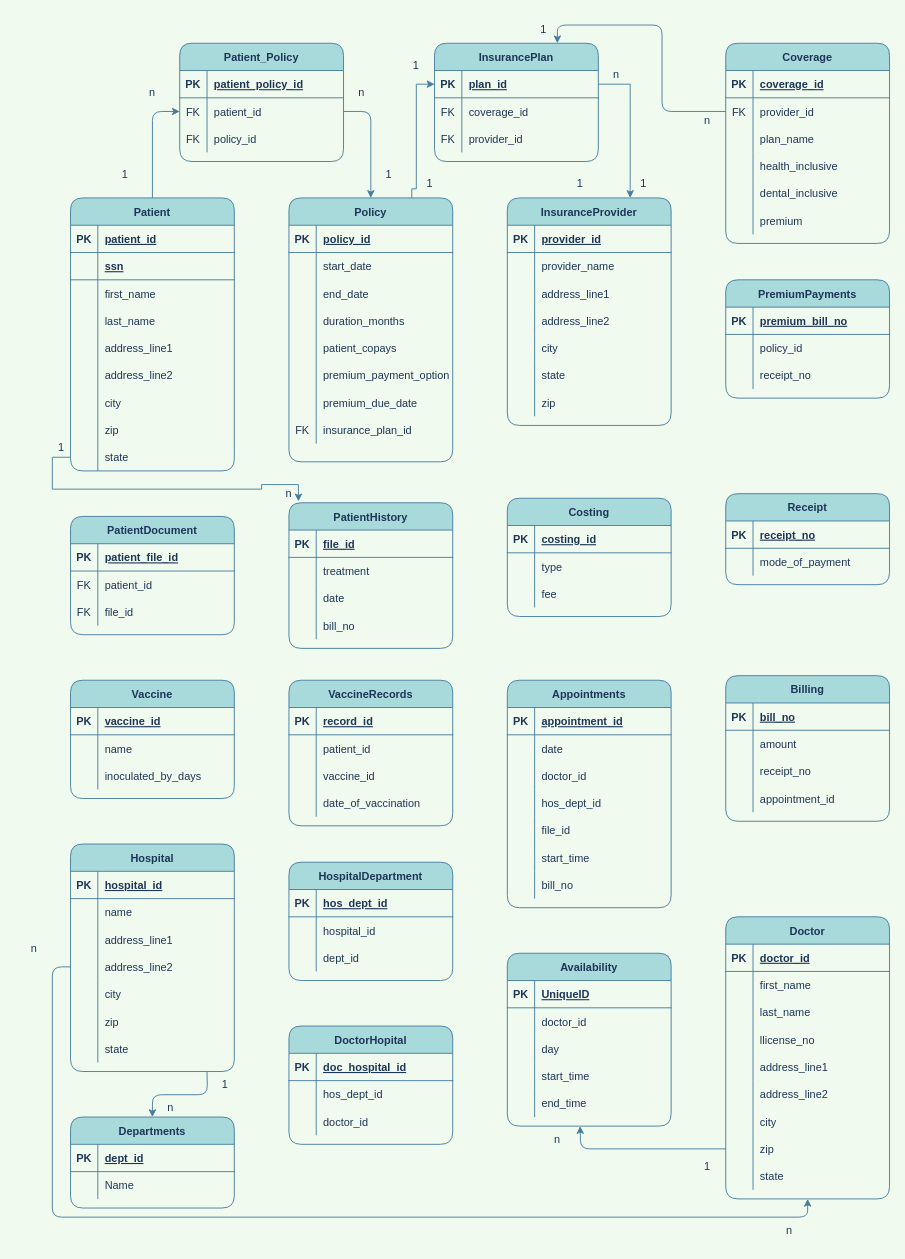
The draw.io diagram Untitled Diagram.drawio in pranotidhabu/java-practice, before the edit. Source tidied: cells renumbered, new cells numbered last; positions are measured from the earlier drawing's top-left corner, leaving out a move shared by most shapes. Both pictures are drawn from the tidied source at 91%, with x=0, y=0 at pixel (15, 15).
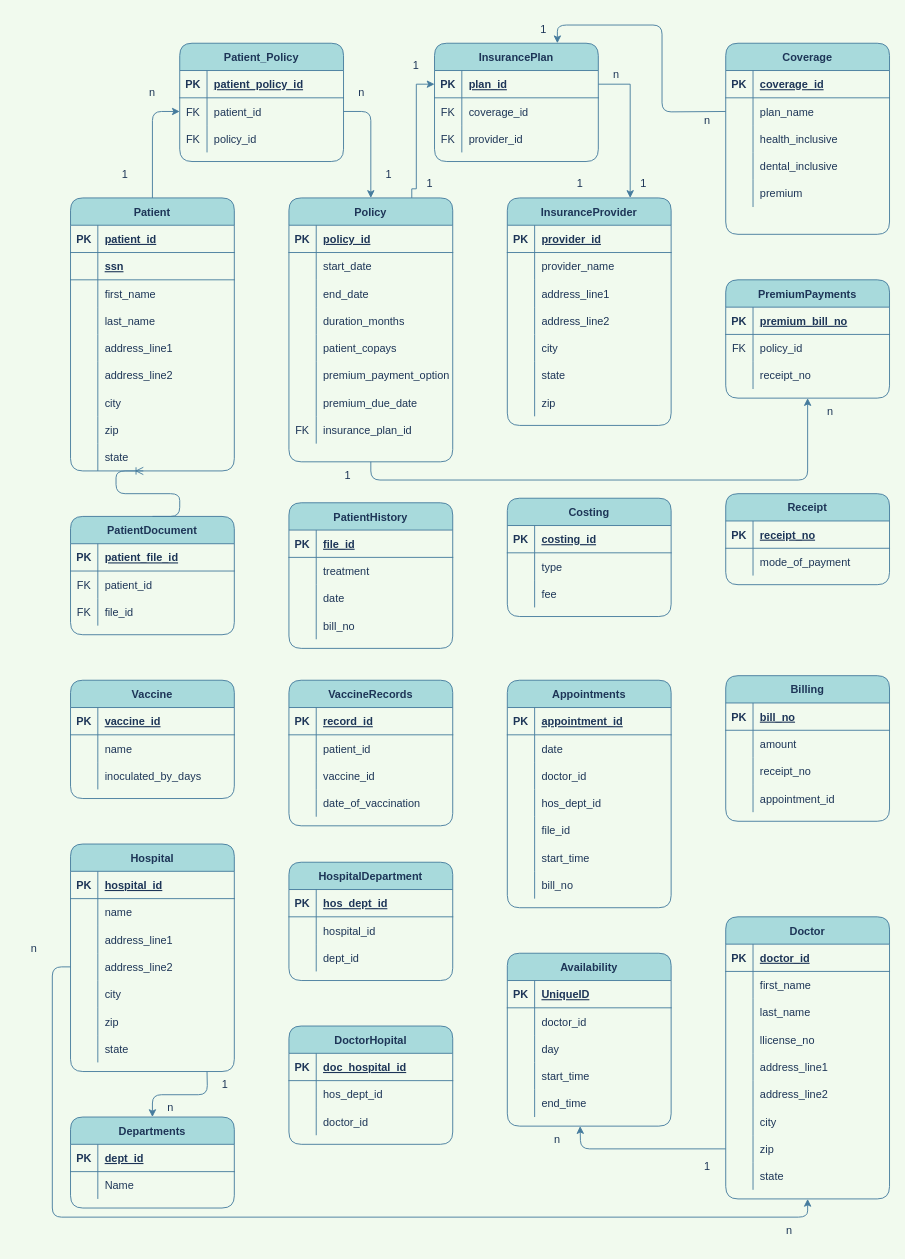
After the change.

The change refers to these unchanged cells:
```xml
<mxCell id="28" style="shape=tableRow;horizontal=0;startSize=0;swimlaneHead=0;swimlaneBody=0;fillColor=none;points=[[0,0.5],[1,0.5]];portConstraint=eastwest;top=0;left=0;right=0;bottom=0;strokeColor=#457B9D;fontColor=#1D3557;rounded=1;" parent="3" vertex="1">
  <mxGeometry y="270" width="180" height="30" as="geometry" />
</mxCell>
<mxCell id="41" value="Policy" style="shape=table;startSize=30;childLayout=tableLayout;rowLines=0;fontStyle=1;align=center;rounded=1;fontColor=#1D3557;strokeColor=#457B9D;fillColor=#A8DADC;" parent="1" vertex="1">
  <mxGeometry x="300" y="200" width="180" height="290" as="geometry" />
</mxCell>
<mxCell id="66" value="InsurancePlan" style="shape=table;startSize=30;childLayout=tableLayout;rowLines=0;fontStyle=1;align=center;rounded=1;fontColor=#1D3557;strokeColor=#457B9D;fillColor=#A8DADC;" parent="1" vertex="1">
  <mxGeometry x="460" y="30" width="180" height="130" as="geometry" />
</mxCell>
<mxCell id="118" value="PremiumPayments" style="shape=table;startSize=30;childLayout=tableLayout;rowLines=0;fontStyle=1;align=center;fillColor=#A8DADC;strokeColor=#457B9D;fontColor=#1D3557;rounded=1;" parent="1" vertex="1">
  <mxGeometry x="780" y="290" width="180" height="130" as="geometry" />
</mxCell>
<mxCell id="122" style="shape=tableRow;horizontal=0;startSize=0;swimlaneHead=0;swimlaneBody=0;fillColor=none;top=0;left=0;right=0;bottom=0;strokeColor=#457B9D;fontColor=#1D3557;" parent="118" vertex="1">
  <mxGeometry y="60" width="180" height="30" as="geometry" />
</mxCell>
<mxCell id="128" value="PatientDocument" style="shape=table;startSize=30;childLayout=tableLayout;rowLines=0;fontStyle=1;align=center;fillColor=#A8DADC;strokeColor=#457B9D;fontColor=#1D3557;rounded=1;" parent="1" vertex="1">
  <mxGeometry x="60" y="550" width="180" height="130" as="geometry" />
</mxCell>
<mxCell id="161" value="PatientHistory" style="shape=table;startSize=30;childLayout=tableLayout;rowLines=0;fontStyle=1;align=center;rounded=1;fontFamily=Helvetica;fontSize=12;fontColor=#1D3557;strokeColor=#457B9D;fillColor=#A8DADC;" parent="1" vertex="1">
  <mxGeometry x="300" y="535" width="180" height="160" as="geometry" />
</mxCell>
```

The edit, as a diff of the source:
```diff
@@
+    <mxCell id="346" style="edgeStyle=orthogonalEdgeStyle;curved=0;rounded=1;jettySize=auto;html=1;exitX=0.5;exitY=1;exitDx=0;exitDy=0;entryX=0.5;entryY=1;entryDx=0;entryDy=0;fontColor=#1D3557;strokeColor=#457B9D;fillColor=#A8DADC;" parent="1" edge="1" source="41" target="118">
+      <mxGeometry relative="1" as="geometry" />
+    </mxCell>
@@
     <mxCell id="76" value="Coverage" style="shape=table;startSize=30;childLayout=tableLayout;rowLines=0;fontStyle=1;align=center;rounded=1;fontColor=#1D3557;strokeColor=#457B9D;fillColor=#A8DADC;" parent="1" vertex="1">
-      <mxGeometry x="780" y="30" width="180" height="220" as="geometry" />
+      <mxGeometry x="780" y="30" width="180" height="210" as="geometry" />
     </mxCell>
@@
-    <mxCell id="80" style="shape=tableRow;horizontal=0;startSize=0;swimlaneHead=0;swimlaneBody=0;fillColor=none;points=[[0,0.5],[1,0.5]];portConstraint=eastwest;top=0;left=0;right=0;bottom=0;rounded=1;fontColor=#1D3557;strokeColor=#457B9D;" parent="76" vertex="1">
-      <mxGeometry y="60" width="180" height="30" as="geometry" />
-    </mxCell>
-    <mxCell id="81" value="FK" style="shape=partialRectangle;fillColor=none;top=0;left=0;bottom=0;right=0;overflow=hidden;rounded=1;fontColor=#1D3557;strokeColor=#457B9D;" parent="80" vertex="1">
-      <mxGeometry width="30" height="30" as="geometry" />
-    </mxCell>
-    <mxCell id="82" value="provider_id" style="shape=partialRectangle;fillColor=none;top=0;left=0;bottom=0;right=0;align=left;spacingLeft=6;overflow=hidden;rounded=1;fontColor=#1D3557;strokeColor=#457B9D;" parent="80" vertex="1">
-      <mxGeometry x="30" width="150" height="30" as="geometry" />
-    </mxCell>
     <mxCell id="83" style="shape=tableRow;horizontal=0;startSize=0;swimlaneHead=0;swimlaneBody=0;fillColor=none;top=0;left=0;right=0;bottom=0;rounded=1;fontColor=#1D3557;strokeColor=#457B9D;" parent="76" vertex="1">
-      <mxGeometry y="90" width="180" height="30" as="geometry" />
+      <mxGeometry y="60" width="180" height="30" as="geometry" />
     </mxCell>
@@
     <mxCell id="86" style="shape=tableRow;horizontal=0;startSize=0;swimlaneHead=0;swimlaneBody=0;fillColor=none;top=0;left=0;right=0;bottom=0;rounded=1;fontColor=#1D3557;strokeColor=#457B9D;" parent="76" vertex="1">
-      <mxGeometry y="120" width="180" height="30" as="geometry" />
+      <mxGeometry y="90" width="180" height="30" as="geometry" />
     </mxCell>
@@
     <mxCell id="89" style="shape=tableRow;horizontal=0;startSize=0;swimlaneHead=0;swimlaneBody=0;fillColor=none;top=0;left=0;right=0;bottom=0;rounded=1;fontColor=#1D3557;strokeColor=#457B9D;" parent="76" vertex="1">
-      <mxGeometry y="150" width="180" height="30" as="geometry" />
+      <mxGeometry y="120" width="180" height="30" as="geometry" />
     </mxCell>
@@
     <mxCell id="92" style="shape=tableRow;horizontal=0;startSize=0;swimlaneHead=0;swimlaneBody=0;fillColor=none;top=0;left=0;right=0;bottom=0;rounded=1;fontColor=#1D3557;strokeColor=#457B9D;" parent="76" vertex="1">
-      <mxGeometry y="180" width="180" height="30" as="geometry" />
+      <mxGeometry y="150" width="180" height="30" as="geometry" />
     </mxCell>
@@
-    <mxCell id="123" style="shape=partialRectangle;fillColor=none;top=0;left=0;bottom=0;right=0;overflow=hidden;strokeColor=#457B9D;fontColor=#1D3557;" parent="122" vertex="1">
+    <mxCell id="123" value="FK" style="shape=partialRectangle;fillColor=none;top=0;left=0;bottom=0;right=0;overflow=hidden;strokeColor=#457B9D;fontColor=#1D3557;" parent="122" vertex="1">
       <mxGeometry width="30" height="30" as="geometry" />
     </mxCell>
@@
-    <mxCell id="322" style="edgeStyle=orthogonalEdgeStyle;rounded=0;jettySize=auto;html=1;exitX=0;exitY=0.5;exitDx=0;exitDy=0;entryX=0.058;entryY=-0.01;entryDx=0;entryDy=0;labelBackgroundColor=#F1FAEE;strokeColor=#457B9D;fontColor=#1D3557;entryPerimeter=0;" parent="1" edge="1" source="28" target="161">
-      <mxGeometry relative="1" as="geometry" />
-    </mxCell>
-    <mxCell id="323" value="1" style="text;html=1;strokeColor=none;fillColor=none;align=center;verticalAlign=middle;whiteSpace=wrap;rounded=0;fontColor=#1D3557;" parent="1" vertex="1">
-      <mxGeometry x="40" y="460" width="20" height="30" as="geometry" />
-    </mxCell>
-    <mxCell id="324" value="n" style="text;html=1;strokeColor=none;fillColor=none;align=center;verticalAlign=middle;whiteSpace=wrap;rounded=0;fontColor=#1D3557;" parent="1" vertex="1">
-      <mxGeometry x="290" y="510" width="20" height="30" as="geometry" />
-    </mxCell>
@@
-    <mxCell id="343" style="edgeStyle=orthogonalEdgeStyle;curved=0;rounded=1;jettySize=auto;html=1;exitX=0;exitY=0.5;exitDx=0;exitDy=0;entryX=0.75;entryY=0;entryDx=0;entryDy=0;fontColor=#1D3557;strokeColor=#457B9D;fillColor=#A8DADC;" parent="1" edge="1" source="80" target="66">
-      <mxGeometry relative="1" as="geometry" />
+    <mxCell id="343" style="edgeStyle=orthogonalEdgeStyle;curved=0;rounded=1;jettySize=auto;html=1;exitX=0;exitY=0.5;exitDx=0;exitDy=0;entryX=0.75;entryY=0;entryDx=0;entryDy=0;fontColor=#1D3557;strokeColor=#457B9D;fillColor=#A8DADC;" parent="1" edge="1" target="66">
+      <mxGeometry relative="1" as="geometry">
+        <mxPoint x="780" y="105" as="sourcePoint" />
+      </mxGeometry>
     </mxCell>
@@
+    <mxCell id="323" value="1" style="text;html=1;strokeColor=none;fillColor=none;align=center;verticalAlign=middle;whiteSpace=wrap;rounded=0;fontColor=#1D3557;" parent="1" vertex="1">
+      <mxGeometry x="340" y="490" width="50" height="30" as="geometry" />
+    </mxCell>
+    <mxCell id="324" value="n" style="text;html=1;strokeColor=none;fillColor=none;align=center;verticalAlign=middle;whiteSpace=wrap;rounded=0;fontColor=#1D3557;" parent="1" vertex="1">
+      <mxGeometry x="870" y="420" width="50" height="30" as="geometry" />
+    </mxCell>
+    <mxCell id="347" style="edgeStyle=entityRelationEdgeStyle;fontSize=12;html=1;endArrow=ERoneToMany;rounded=1;fontColor=#1D3557;strokeColor=#457B9D;fillColor=#A8DADC;curved=0;exitX=0.5;exitY=0;exitDx=0;exitDy=0;" parent="1" edge="1" source="128">
+      <mxGeometry relative="1" as="geometry">
+        <mxPoint x="140" y="500" as="targetPoint" />
+      </mxGeometry>
+    </mxCell>
```
